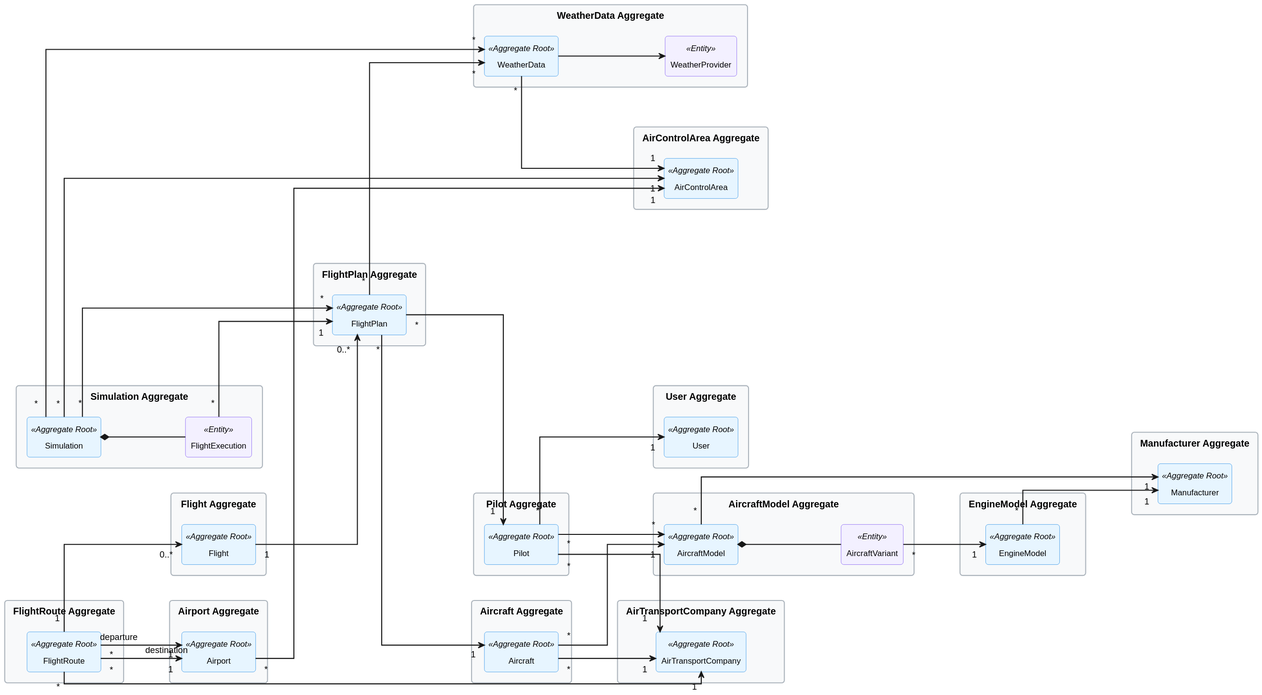
GustavoFerreira24/flight-management-platform keeps this PlantUML diagram as docs/global-artifacts/02.analysis/svg/DM-reduced.svg. Above is the earlier version.
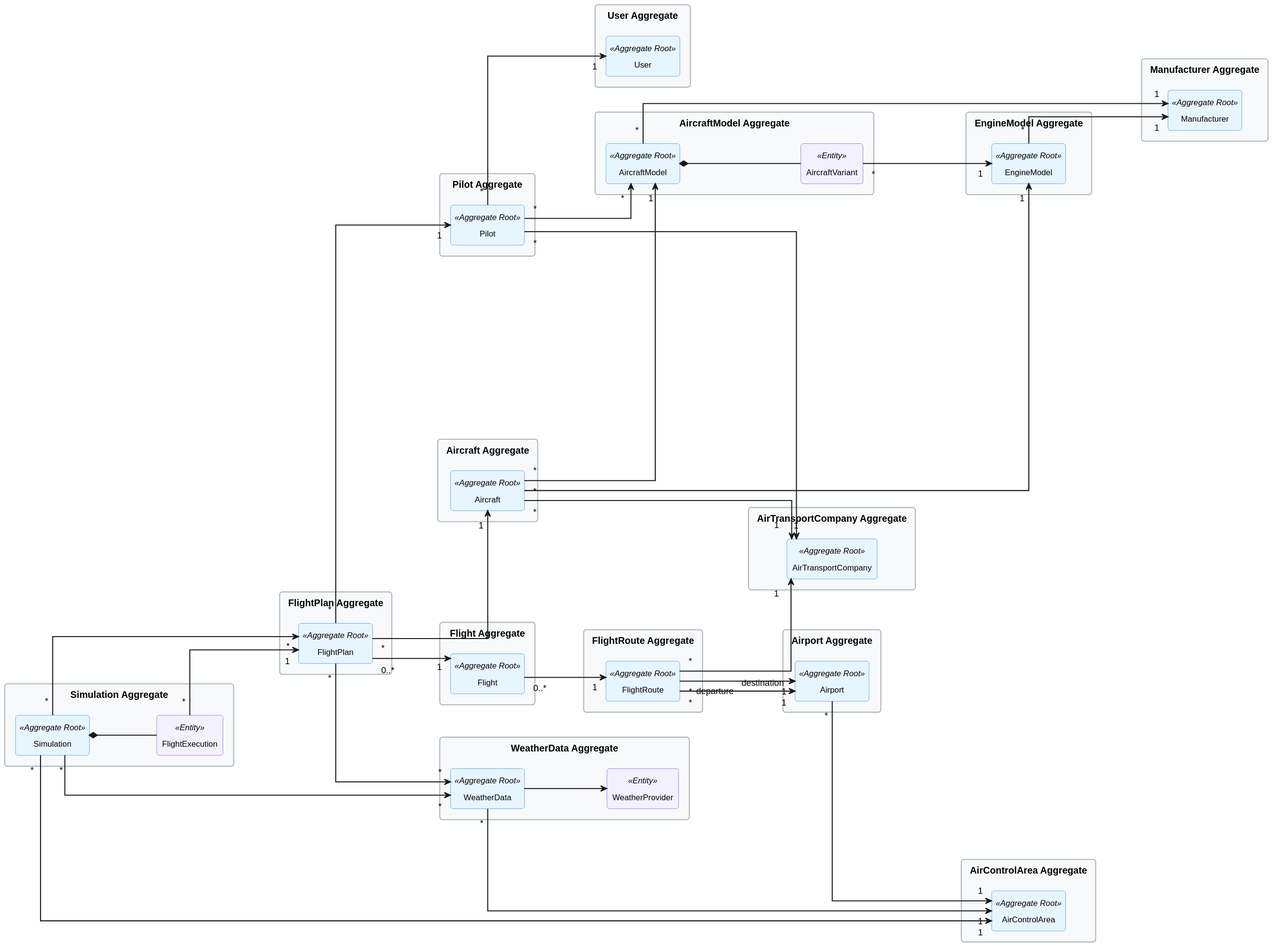
After the commit.

Change to the diagram source:
```diff
@@ -107,9 +107,9 @@
 FlightRoute "*" --> "1" Airport : departure
 FlightRoute "*" --> "1" Airport : destination
 FlightRoute "*" --> "1" AirTransportCompany
-FlightRoute "1" --> "0..*" Flight
+Flight "0..*" --> "1" FlightRoute
 
-Flight "1" --> "0..*" FlightPlan
+FlightPlan "0..*" --> "1" Flight
 
 FlightPlan "*" --> "1" Pilot
 FlightPlan "*" --> "1" Aircraft
@@ -131,4 +131,5 @@
 
 AircraftModel "*" --> "1" Manufacturer
 EngineModel "*" --> "1" Manufacturer
+Aircraft "*" --> "1" EngineModel
 @enduml
```
